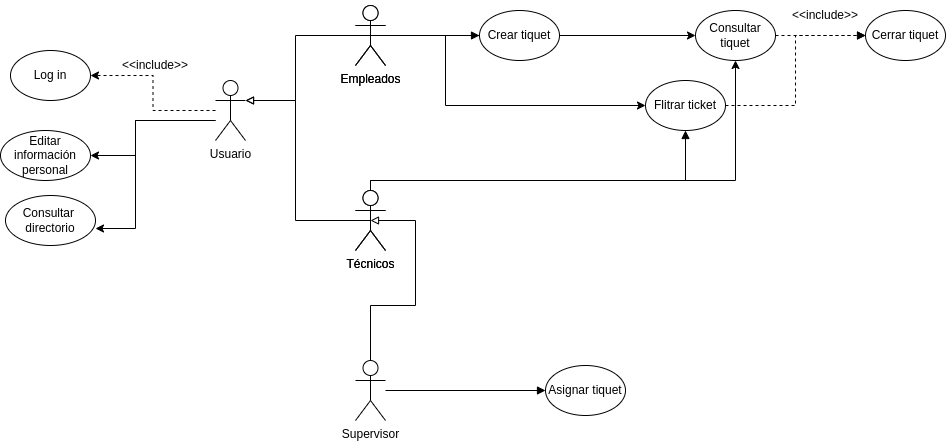
This is Diagrama de cassos dús.drawio.png from luquetoon/Ticketing_Alex_Sergi, a draw.io export, as it was before one commit. Source tidied: cells renumbered, new cells last; positions are measured from the earlier drawing's top-left corner, leaving out a move shared by most shapes.
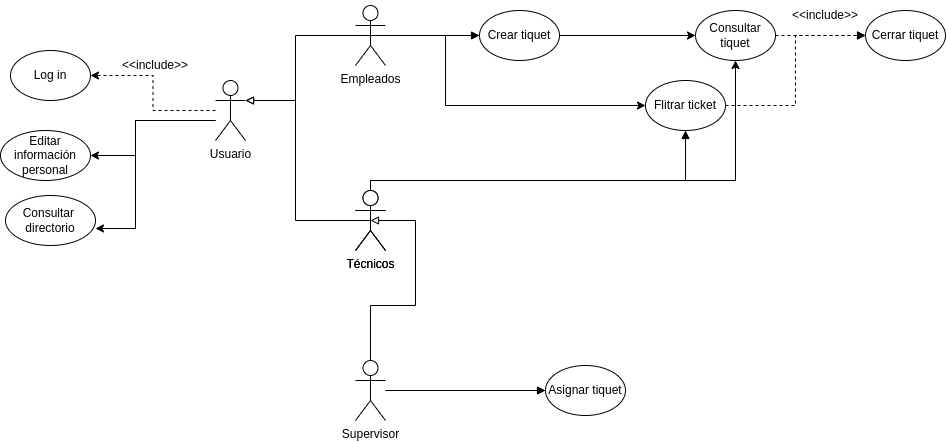
The same diagram one commit later.

The edit, as a diff of the source:
```diff
@@ -85,20 +85,20 @@
     <mxCell id="19" value="&amp;lt;&amp;lt;include&amp;gt;&amp;gt;" style="text;html=1;strokeColor=none;fillColor=none;align=center;verticalAlign=middle;whiteSpace=wrap;rounded=0;" parent="1" vertex="1">
       <mxGeometry x="795" width="60" height="30" as="geometry" />
     </mxCell>
-    <mxCell id="20" style="edgeStyle=orthogonalEdgeStyle;rounded=0;jettySize=auto;html=1;exitX=0.5;exitY=0.5;exitDx=0;exitDy=0;exitPerimeter=0;entryX=0;entryY=0.5;entryDx=0;entryDy=0;endArrow=block;endFill=1;" parent="1" edge="1" source="22" target="27">
-      <mxGeometry relative="1" as="geometry" />
+    <mxCell id="20" style="edgeStyle=orthogonalEdgeStyle;rounded=0;jettySize=auto;html=1;exitX=0.5;exitY=0.5;exitDx=0;exitDy=0;exitPerimeter=0;entryX=0;entryY=0.5;entryDx=0;entryDy=0;endArrow=block;endFill=1;" parent="1" edge="1" target="27">
+      <mxGeometry relative="1" as="geometry">
+        <mxPoint x="370" y="35" as="sourcePoint" />
+      </mxGeometry>
     </mxCell>
-    <mxCell id="21" style="edgeStyle=orthogonalEdgeStyle;rounded=0;jettySize=auto;html=1;entryX=0;entryY=0.5;entryDx=0;entryDy=0;" parent="1" edge="1" source="22" target="32">
+    <mxCell id="21" style="edgeStyle=orthogonalEdgeStyle;rounded=0;jettySize=auto;html=1;entryX=0;entryY=0.5;entryDx=0;entryDy=0;" parent="1" edge="1" target="32">
       <mxGeometry relative="1" as="geometry">
+        <mxPoint x="385" y="35" as="sourcePoint" />
         <Array as="points">
           <mxPoint x="445" y="35" />
           <mxPoint x="445" y="105" />
         </Array>
       </mxGeometry>
     </mxCell>
-    <mxCell id="22" value="Empleados" style="shape=umlActor;verticalLabelPosition=bottom;verticalAlign=top;html=1;outlineConnect=0;" parent="1" vertex="1">
-      <mxGeometry x="355" y="5" width="30" height="60" as="geometry" />
-    </mxCell>
     <mxCell id="23" style="edgeStyle=orthogonalEdgeStyle;rounded=0;jettySize=auto;html=1;endArrow=block;endFill=1;entryX=0.5;entryY=1;entryDx=0;entryDy=0;" parent="1" edge="1" source="25" target="32">
       <mxGeometry relative="1" as="geometry">
         <Array as="points">
```
